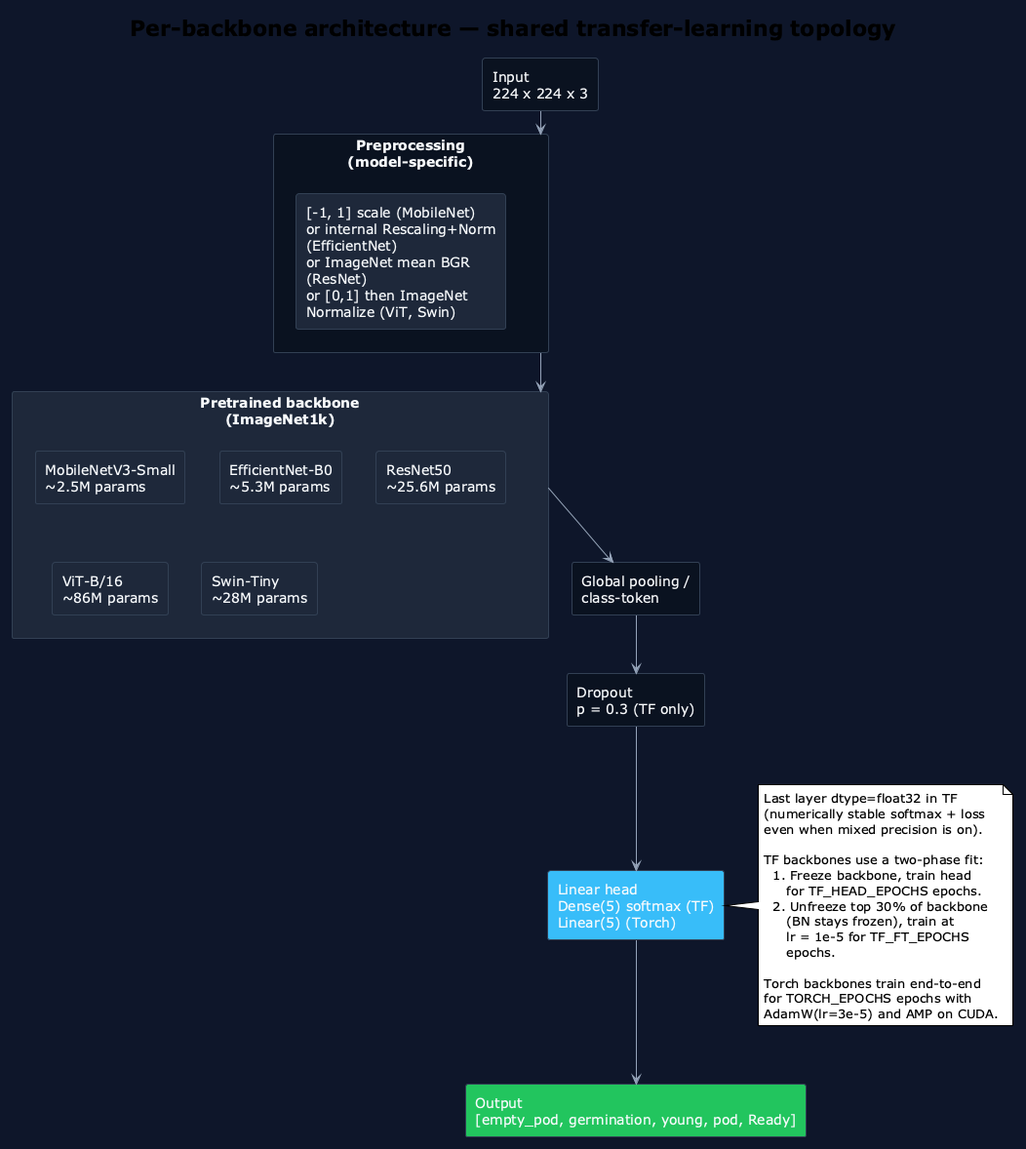
The PlantUML diagram docs/diagrams/png/06_architecture_models.png in jbeleno/c1-lettuce-classifier, before a commit. Its diagram source:
```plantuml
@startuml
!theme plain
skinparam backgroundColor #0F172A
skinparam shadowing false
skinparam rectangleBackgroundColor #1E293B
skinparam rectangleBorderColor #334155
skinparam rectangleFontColor #F8FAFC
skinparam ArrowColor #94A3B8
skinparam ArrowFontColor #CBD5E1

title Per-backbone architecture — shared transfer-learning topology

rectangle "Input\n224 x 224 x 3" as IN #0B1220

rectangle "Preprocessing\n(model-specific)" as PP #0B1220 {
  rectangle "[-1, 1] scale (MobileNet)\nor internal Rescaling+Norm\n(EfficientNet)\nor ImageNet mean BGR\n(ResNet)\nor [0,1] then ImageNet\nNormalize (ViT, Swin)" as PPN
}

rectangle "Pretrained backbone\n(ImageNet1k)" as BB #1E293B {
  rectangle "MobileNetV3-Small\n~2.5M params" as B1
  rectangle "EfficientNet-B0\n~5.3M params" as B2
  rectangle "ResNet50\n~25.6M params" as B3
  rectangle "ViT-B/16\n~86M params" as B4
  rectangle "Swin-Tiny\n~28M params" as B5
}

rectangle "Global pooling /\nclass-token" as POOL #0B1220

rectangle "Dropout\np = 0.3 (TF only)" as DO #0B1220

rectangle "Linear head\nDense(5) softmax (TF)\nLinear(5) (Torch)" as HEAD #38BDF8

rectangle "Output\n[empty_pod, germination, young, pod, Ready]" as OUT #22C55E

IN --> PP
PP --> BB
BB --> POOL
POOL --> DO
DO --> HEAD
HEAD --> OUT

note right of HEAD
  Last layer dtype=float32 in TF
  (numerically stable softmax + loss
  even when mixed precision is on).

  TF backbones use a two-phase fit:
    1. Freeze backbone, train head
       for TF_HEAD_EPOCHS epochs.
    2. Unfreeze top 30% of backbone
       (BN stays frozen), train at
       lr = 1e-5 for TF_FT_EPOCHS
       epochs.

  Torch backbones train end-to-end
  for TORCH_EPOCHS epochs with
  AdamW(lr=3e-5) and AMP on CUDA.
end note

@enduml
```
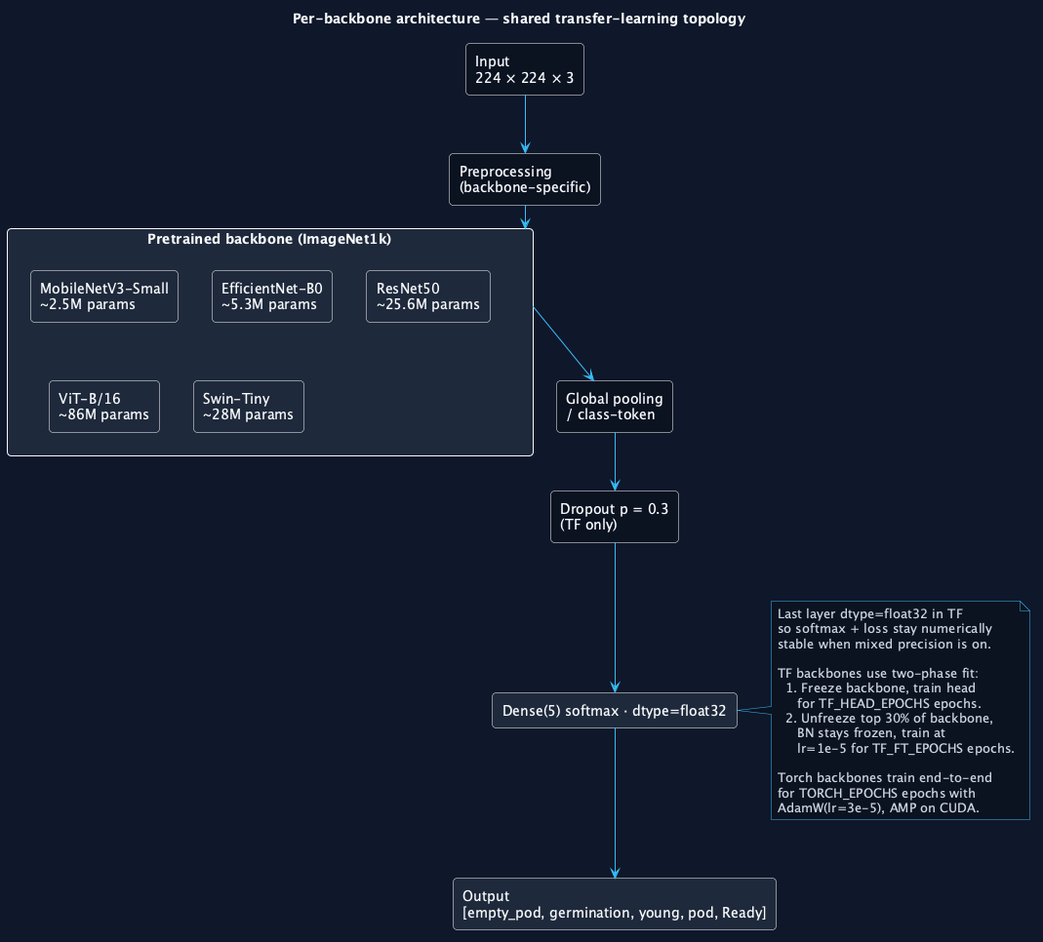
The same diagram one commit later.

The edit, as a diff of the source:
```diff
@@ -1,22 +1,31 @@
-@startuml
-!theme plain
+@startuml 06_architecture_models
+
 skinparam backgroundColor #0F172A
 skinparam shadowing false
-skinparam rectangleBackgroundColor #1E293B
-skinparam rectangleBorderColor #334155
-skinparam rectangleFontColor #F8FAFC
-skinparam ArrowColor #94A3B8
-skinparam ArrowFontColor #CBD5E1
+skinparam defaultFontName "Fira Sans"
+skinparam defaultFontColor #F8FAFC
+
+skinparam rectangle {
+  BorderColor rgba(148,163,184,0.30)
+  BackgroundColor #1E293B
+  FontColor #F8FAFC
+  RoundCorner 8
+}
+skinparam ArrowColor #38BDF8
+skinparam ArrowFontColor #94A3B8
+skinparam ArrowFontName "Fira Code"
+skinparam noteFontColor #CBD5E1
+skinparam noteFontName "Fira Code"
+skinparam noteBackgroundColor #0B1220
+skinparam noteBorderColor #38BDF8
 
 title Per-backbone architecture — shared transfer-learning topology
 
-rectangle "Input\n224 x 224 x 3" as IN #0B1220
+rectangle "Input\n224 × 224 × 3" as IN #0B1220
 
-rectangle "Preprocessing\n(model-specific)" as PP #0B1220 {
-  rectangle "[-1, 1] scale (MobileNet)\nor internal Rescaling+Norm\n(EfficientNet)\nor ImageNet mean BGR\n(ResNet)\nor [0,1] then ImageNet\nNormalize (ViT, Swin)" as PPN
-}
+rectangle "Preprocessing\n(backbone-specific)" as PP #0B1220
 
-rectangle "Pretrained backbone\n(ImageNet1k)" as BB #1E293B {
+rectangle "Pretrained backbone (ImageNet1k)" as BB {
   rectangle "MobileNetV3-Small\n~2.5M params" as B1
   rectangle "EfficientNet-B0\n~5.3M params" as B2
   rectangle "ResNet50\n~25.6M params" as B3
@@ -24,13 +33,10 @@
   rectangle "Swin-Tiny\n~28M params" as B5
 }
 
-rectangle "Global pooling /\nclass-token" as POOL #0B1220
-
-rectangle "Dropout\np = 0.3 (TF only)" as DO #0B1220
-
-rectangle "Linear head\nDense(5) softmax (TF)\nLinear(5) (Torch)" as HEAD #38BDF8
-
-rectangle "Output\n[empty_pod, germination, young, pod, Ready]" as OUT #22C55E
+rectangle "Global pooling\n/ class-token" as POOL #0B1220
+rectangle "Dropout p = 0.3\n(TF only)" as DO #0B1220
+rectangle "Dense(5) softmax · dtype=float32" as HEAD
+rectangle "Output\n[empty_pod, germination, young, pod, Ready]" as OUT
 
 IN --> PP
 PP --> BB
@@ -41,20 +47,19 @@
 
 note right of HEAD
   Last layer dtype=float32 in TF
-  (numerically stable softmax + loss
-  even when mixed precision is on).
+  so softmax + loss stay numerically
+  stable when mixed precision is on.
 
-  TF backbones use a two-phase fit:
+  TF backbones use two-phase fit:
     1. Freeze backbone, train head
        for TF_HEAD_EPOCHS epochs.
-    2. Unfreeze top 30% of backbone
-       (BN stays frozen), train at
-       lr = 1e-5 for TF_FT_EPOCHS
-       epochs.
+    2. Unfreeze top 30% of backbone,
+       BN stays frozen, train at
+       lr=1e-5 for TF_FT_EPOCHS epochs.
 
   Torch backbones train end-to-end
   for TORCH_EPOCHS epochs with
-  AdamW(lr=3e-5) and AMP on CUDA.
+  AdamW(lr=3e-5), AMP on CUDA.
 end note
 
 @enduml
```
